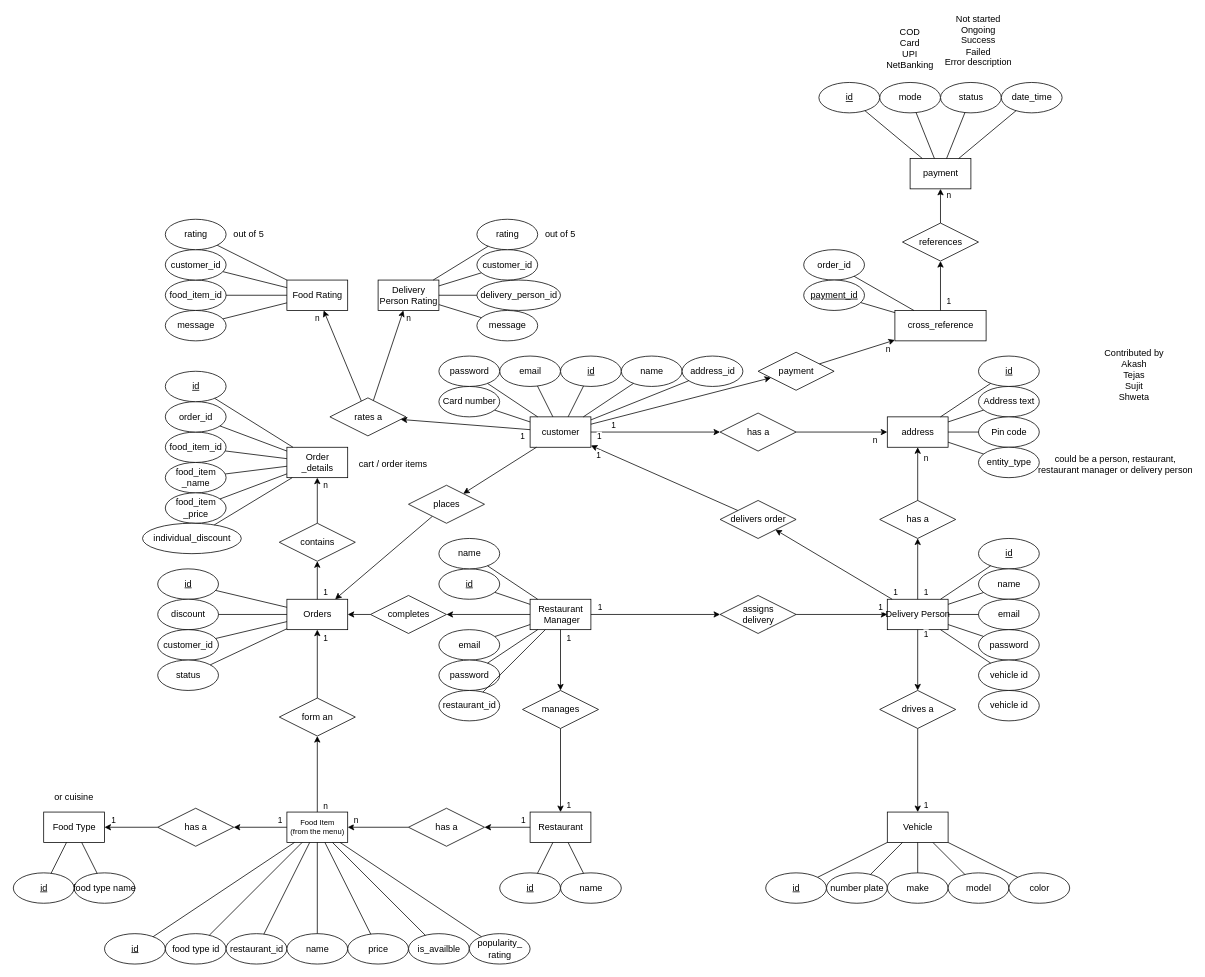
Before: diagrams/ER/ER diagram.drawio in callofthewild/hunger-buzz, a draw.io diagram. Source tidied: cells renumbered, new cells numbered last; positions are measured from the earlier drawing's top-left corner, leaving out a move shared by most shapes. Both pictures are drawn from the tidied source at 76%, with x=0, y=0 at pixel (13, 14).
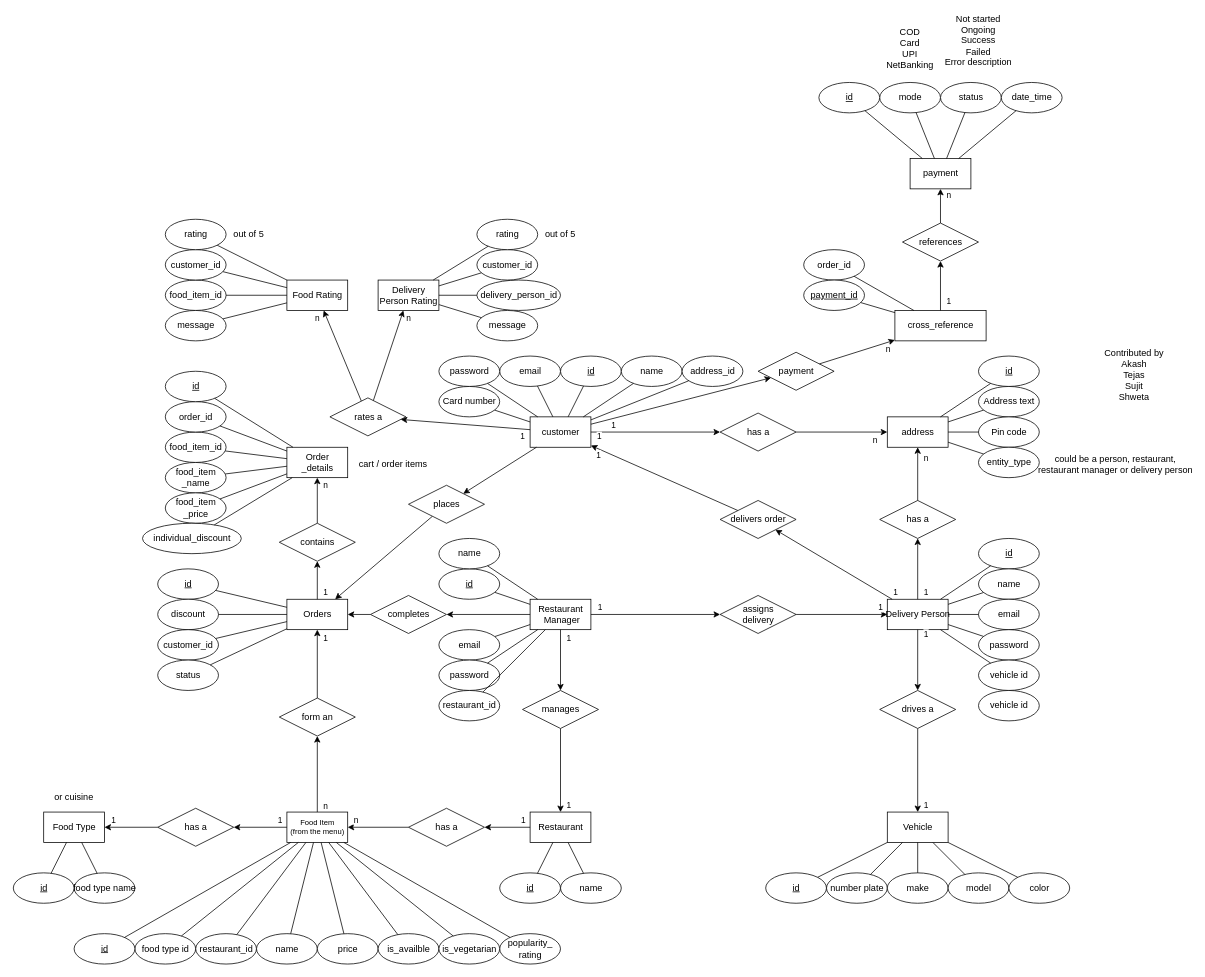
Above is the later version.

Commit message:
Add is_veg flag to food item

Unchanged cells that the change refers to:
```xml
<mxCell id="68" value="&lt;div style=&quot;font-size: 10px;&quot;&gt;Food Item&lt;/div&gt;&lt;div style=&quot;font-size: 10px;&quot;&gt;(from the menu)&lt;/div&gt;" style="rounded=0;html=1;fontSize=10;" parent="1" vertex="1">
  <mxGeometry x="360" y="1050" width="80" height="40" as="geometry" />
</mxCell>
```

The edit, as a diff of the source:
```diff
@@
     <mxCell id="86" value="food type id" style="ellipse;html=1;align=center;" parent="1" vertex="1">
-      <mxGeometry x="200" y="1210" width="80" height="40" as="geometry" />
+      <mxGeometry x="160" y="1210" width="80" height="40" as="geometry" />
     </mxCell>
     <mxCell id="87" value="id" style="ellipse;html=1;align=center;fontStyle=4;" parent="1" vertex="1">
-      <mxGeometry x="120" y="1210" width="80" height="40" as="geometry" />
+      <mxGeometry x="80" y="1210" width="80" height="40" as="geometry" />
     </mxCell>
@@
     <mxCell id="90" value="restaurant_id" style="ellipse;html=1;align=center;" parent="1" vertex="1">
-      <mxGeometry x="280" y="1210" width="80" height="40" as="geometry" />
+      <mxGeometry x="240" y="1210" width="80" height="40" as="geometry" />
     </mxCell>
@@
     <mxCell id="106" value="name" style="ellipse;html=1;align=center;" parent="1" vertex="1">
-      <mxGeometry x="360" y="1210" width="80" height="40" as="geometry" />
+      <mxGeometry x="320" y="1210" width="80" height="40" as="geometry" />
     </mxCell>
     <mxCell id="107" value="price" style="ellipse;html=1;align=center;" parent="1" vertex="1">
-      <mxGeometry x="440" y="1210" width="80" height="40" as="geometry" />
+      <mxGeometry x="400" y="1210" width="80" height="40" as="geometry" />
     </mxCell>
     <mxCell id="108" value="is_availble" style="ellipse;html=1;align=center;" parent="1" vertex="1">
-      <mxGeometry x="520" y="1210" width="80" height="40" as="geometry" />
+      <mxGeometry x="480" y="1210" width="80" height="40" as="geometry" />
     </mxCell>
@@
     <mxCell id="155" value="popularity_&lt;br&gt;rating" style="ellipse;html=1;align=center;" parent="1" vertex="1">
-      <mxGeometry x="600" y="1210" width="80" height="40" as="geometry" />
+      <mxGeometry x="640" y="1210" width="80" height="40" as="geometry" />
     </mxCell>
@@
+    <mxCell id="218" value="is_vegetarian" style="ellipse;html=1;align=center;" parent="1" vertex="1">
+      <mxGeometry x="560" y="1210" width="80" height="40" as="geometry" />
+    </mxCell>
+    <mxCell id="219" style="endArrow=none;html=1;rounded=0;" parent="1" edge="1" source="68" target="218">
+      <mxGeometry relative="1" as="geometry" />
+    </mxCell>
```
